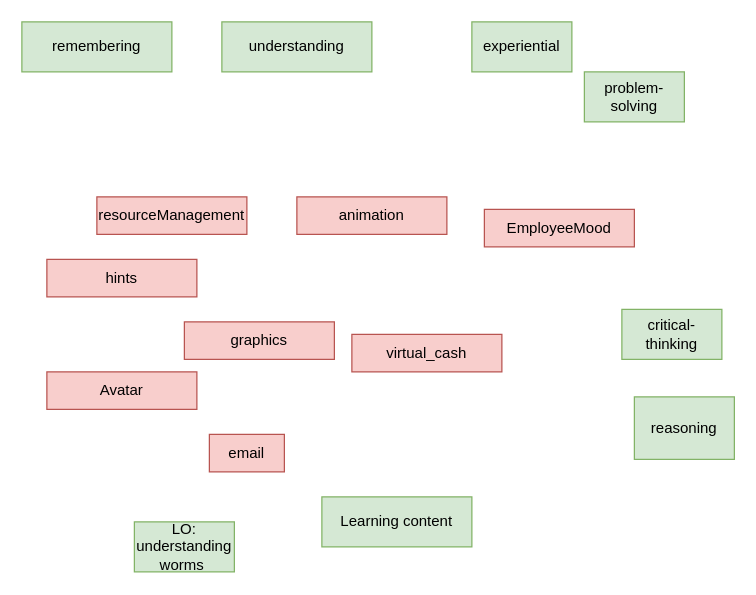
Before: page "CYBERC" (11 of 11) of TheModel.drawio in Kibolabs/Diagrams, a draw.io diagram. Source tidied: cells renumbered, new cells numbered last; positions are measured from the earlier drawing's top-left corner, leaving out a move shared by most shapes. Both pictures are drawn from the tidied source at 125%, with x=0, y=0 at pixel (21, 21).
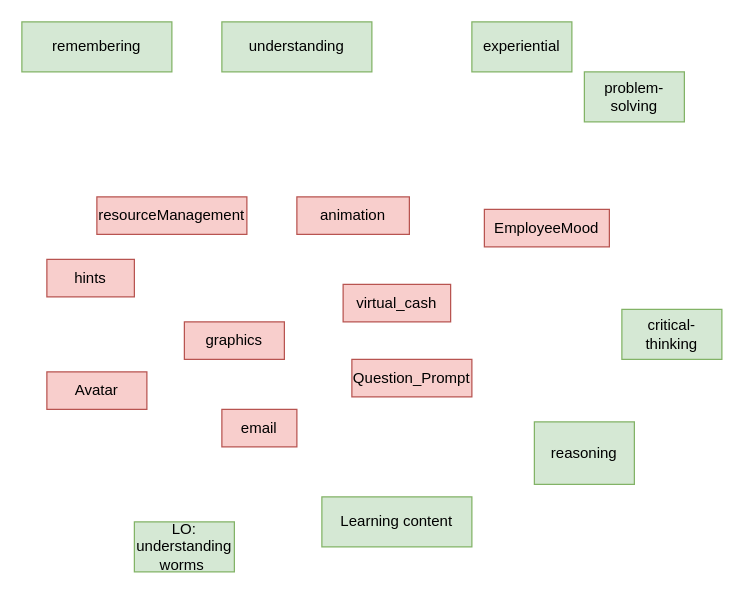
Above is the later version.

What changed in the source:
```diff
@@
 <mxGraphModel>
   <root>
     <mxCell id="0" />
     <mxCell id="1" parent="0" />
     <mxCell id="2" value="remembering" style="rounded=0;whiteSpace=wrap;html=1;fillColor=#d5e8d4;strokeColor=#82b366;" parent="1" vertex="1">
       <mxGeometry width="120" height="40" as="geometry" />
     </mxCell>
     <mxCell id="3" value="understanding" style="rounded=0;whiteSpace=wrap;html=1;fillColor=#d5e8d4;strokeColor=#82b366;" parent="1" vertex="1">
       <mxGeometry x="160" width="120" height="40" as="geometry" />
     </mxCell>
     <mxCell id="4" value="resourceManagement" style="rounded=0;whiteSpace=wrap;html=1;fillColor=#f8cecc;strokeColor=#b85450;" parent="1" vertex="1">
       <mxGeometry x="60" y="140" width="120" height="30" as="geometry" />
     </mxCell>
     <mxCell id="5" value="animation" style="rounded=0;whiteSpace=wrap;html=1;fillColor=#f8cecc;strokeColor=#b85450;" parent="1" vertex="1">
-      <mxGeometry x="220" y="140" width="120" height="30" as="geometry" />
+      <mxGeometry x="220" y="140" width="90" height="30" as="geometry" />
     </mxCell>
     <mxCell id="6" value="graphics" style="rounded=0;whiteSpace=wrap;html=1;fillColor=#f8cecc;strokeColor=#b85450;" parent="1" vertex="1">
-      <mxGeometry x="130" y="240" width="120" height="30" as="geometry" />
+      <mxGeometry x="130" y="240" width="80" height="30" as="geometry" />
     </mxCell>
     <mxCell id="7" value="virtual_cash" style="rounded=0;whiteSpace=wrap;html=1;fillColor=#f8cecc;strokeColor=#b85450;" parent="1" vertex="1">
-      <mxGeometry x="264" y="250" width="120" height="30" as="geometry" />
+      <mxGeometry x="257" y="210" width="86" height="30" as="geometry" />
     </mxCell>
     <mxCell id="8" value="EmployeeMood" style="rounded=0;whiteSpace=wrap;html=1;fillColor=#f8cecc;strokeColor=#b85450;" parent="1" vertex="1">
-      <mxGeometry x="370" y="150" width="120" height="30" as="geometry" />
+      <mxGeometry x="370" y="150" width="100" height="30" as="geometry" />
     </mxCell>
     <mxCell id="9" value="hints" style="rounded=0;whiteSpace=wrap;html=1;fillColor=#f8cecc;strokeColor=#b85450;" parent="1" vertex="1">
-      <mxGeometry x="20" y="190" width="120" height="30" as="geometry" />
+      <mxGeometry x="20" y="190" width="70" height="30" as="geometry" />
     </mxCell>
     <mxCell id="10" value="Avatar" style="rounded=0;whiteSpace=wrap;html=1;fillColor=#f8cecc;strokeColor=#b85450;" parent="1" vertex="1">
-      <mxGeometry x="20" y="280" width="120" height="30" as="geometry" />
+      <mxGeometry x="20" y="280" width="80" height="30" as="geometry" />
     </mxCell>
     <mxCell id="11" value="email" style="rounded=0;whiteSpace=wrap;html=1;fillColor=#f8cecc;strokeColor=#b85450;" parent="1" vertex="1">
-      <mxGeometry x="150" y="330" width="60" height="30" as="geometry" />
+      <mxGeometry x="160" y="310" width="60" height="30" as="geometry" />
     </mxCell>
     <mxCell id="12" value="experiential" style="rounded=0;whiteSpace=wrap;html=1;fillColor=#d5e8d4;strokeColor=#82b366;" parent="1" vertex="1">
       <mxGeometry x="360" width="80" height="40" as="geometry" />
     </mxCell>
     <mxCell id="13" value="problem-solving" style="rounded=0;whiteSpace=wrap;html=1;fillColor=#d5e8d4;strokeColor=#82b366;" parent="1" vertex="1">
       <mxGeometry x="450" y="40" width="80" height="40" as="geometry" />
     </mxCell>
     <mxCell id="14" value="critical-thinking" style="rounded=0;whiteSpace=wrap;html=1;fillColor=#d5e8d4;strokeColor=#82b366;" parent="1" vertex="1">
       <mxGeometry x="480" y="230" width="80" height="40" as="geometry" />
     </mxCell>
     <mxCell id="15" value="reasoning" style="rounded=0;whiteSpace=wrap;html=1;fillColor=#d5e8d4;strokeColor=#82b366;" parent="1" vertex="1">
-      <mxGeometry x="490" y="300" width="80" height="50" as="geometry" />
+      <mxGeometry x="410" y="320" width="80" height="50" as="geometry" />
     </mxCell>
     <mxCell id="16" value="Learning content" style="rounded=0;whiteSpace=wrap;html=1;fillColor=#d5e8d4;strokeColor=#82b366;" parent="1" vertex="1">
       <mxGeometry x="240" y="380" width="120" height="40" as="geometry" />
     </mxCell>
     <mxCell id="17" value="LO: understanding worms&amp;nbsp;" style="rounded=0;whiteSpace=wrap;html=1;fillColor=#d5e8d4;strokeColor=#82b366;" parent="1" vertex="1">
       <mxGeometry x="90" y="400" width="80" height="40" as="geometry" />
     </mxCell>
+    <mxCell id="18" value="Question_Prompt" style="rounded=0;whiteSpace=wrap;html=1;fillColor=#f8cecc;strokeColor=#b85450;" parent="1" vertex="1">
+      <mxGeometry x="264" y="270" width="96" height="30" as="geometry" />
+    </mxCell>
   </root>
 </mxGraphModel>
```
